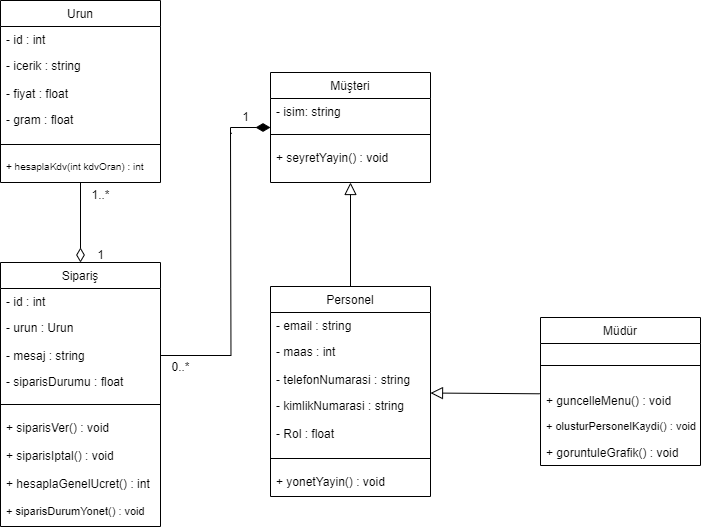
Above: src/UML/LezzetSarayi-Class.drawio.png in kemaldenizl/lezzet-sarayi (draw.io), before the change. Source tidied: cells renumbered, new cells last; positions are measured from the earlier drawing's top-left corner, leaving out a move shared by most shapes.
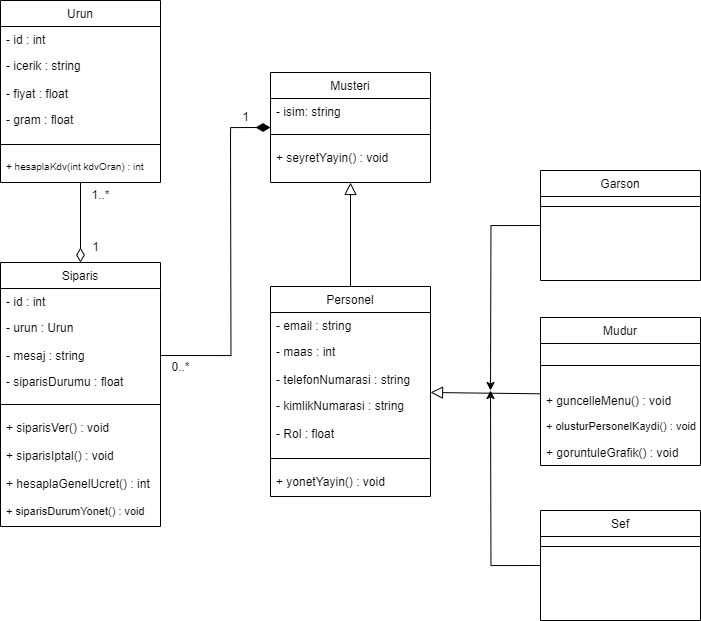
Later version of the same file.

Change to the diagram source:
```diff
@@ -42,7 +42,7 @@
         </Array>
       </mxGeometry>
     </mxCell>
-    <mxCell id="13" value="Müşteri" style="swimlane;fontStyle=0;align=center;verticalAlign=top;horizontal=1;startSize=26;rounded=0;shadow=0;strokeWidth=1;" parent="1" vertex="1">
+    <mxCell id="13" value="Musteri" style="swimlane;fontStyle=0;align=center;verticalAlign=top;horizontal=1;startSize=26;rounded=0;shadow=0;strokeWidth=1;" parent="1" vertex="1">
       <mxGeometry x="270" y="72" width="160" height="110" as="geometry" />
     </mxCell>
     <mxCell id="14" value="- isim: string" style="text;align=left;verticalAlign=top;spacingLeft=4;spacingRight=4;overflow=hidden;" parent="13" vertex="1">
@@ -54,7 +54,7 @@
     <mxCell id="16" value="+ seyretYayin() : void" style="text;align=left;verticalAlign=top;spacingLeft=4;spacingRight=4;overflow=hidden;" parent="13" vertex="1">
       <mxGeometry y="72" width="160" height="28" as="geometry" />
     </mxCell>
-    <mxCell id="17" value="Müdür" style="swimlane;fontStyle=0;align=center;verticalAlign=top;horizontal=1;startSize=26;rounded=0;shadow=0;strokeWidth=1;" parent="1" vertex="1">
+    <mxCell id="17" value="Mudur" style="swimlane;fontStyle=0;align=center;verticalAlign=top;horizontal=1;startSize=26;rounded=0;shadow=0;strokeWidth=1;" parent="1" vertex="1">
       <mxGeometry x="540" y="317" width="160" height="148" as="geometry" />
     </mxCell>
     <mxCell id="18" style="line;html=1;strokeWidth=1;align=left;verticalAlign=middle;spacingTop=-1;spacingLeft=3;spacingRight=3;labelPosition=right;" parent="17" vertex="1">
@@ -69,7 +69,7 @@
     <mxCell id="21" value="+ goruntuleGrafik() : void" style="text;align=left;verticalAlign=top;spacingLeft=4;spacingRight=4;overflow=hidden;" parent="17" vertex="1">
       <mxGeometry y="122" width="160" height="26" as="geometry" />
     </mxCell>
-    <mxCell id="22" value="Sipariş" style="swimlane;fontStyle=0;align=center;verticalAlign=top;horizontal=1;startSize=26;rounded=0;shadow=0;strokeWidth=1;" parent="1" vertex="1">
+    <mxCell id="22" value="Siparis" style="swimlane;fontStyle=0;align=center;verticalAlign=top;horizontal=1;startSize=26;rounded=0;shadow=0;strokeWidth=1;" parent="1" vertex="1">
       <mxGeometry y="262" width="160" height="264" as="geometry" />
     </mxCell>
     <mxCell id="23" value="- id : int" style="text;align=left;verticalAlign=top;spacingLeft=4;spacingRight=4;overflow=hidden;rounded=0;shadow=0;html=0;" parent="22" vertex="1">
@@ -135,10 +135,32 @@
       <mxGeometry y="154" width="160" height="28" as="geometry" />
     </mxCell>
     <mxCell id="43" value="1" style="text;html=1;align=center;verticalAlign=middle;strokeColor=none;fillColor=none;" parent="1" vertex="1">
-      <mxGeometry x="85" y="240" width="30" height="30" as="geometry" />
+      <mxGeometry x="80" y="232" width="30" height="30" as="geometry" />
     </mxCell>
     <mxCell id="44" value="1..*" style="text;html=1;align=center;verticalAlign=middle;strokeColor=none;fillColor=none;" parent="1" vertex="1">
       <mxGeometry x="80" y="180" width="40" height="30" as="geometry" />
     </mxCell>
+    <mxCell id="45" style="edgeStyle=orthogonalEdgeStyle;rounded=0;jettySize=auto;html=1;exitX=0;exitY=0.5;exitDx=0;exitDy=0;" parent="1" edge="1" source="46">
+      <mxGeometry relative="1" as="geometry">
+        <mxPoint x="490" y="390" as="targetPoint" />
+      </mxGeometry>
+    </mxCell>
+    <mxCell id="46" value="Garson" style="swimlane;fontStyle=0;align=center;verticalAlign=top;horizontal=1;startSize=26;rounded=0;shadow=0;strokeWidth=1;" parent="1" vertex="1">
+      <mxGeometry x="540" y="170" width="160" height="110" as="geometry" />
+    </mxCell>
+    <mxCell id="47" style="line;html=1;strokeWidth=1;align=left;verticalAlign=middle;spacingTop=-1;spacingLeft=3;spacingRight=3;labelPosition=right;" parent="46" vertex="1">
+      <mxGeometry y="26" width="160" height="20" as="geometry" />
+    </mxCell>
+    <mxCell id="48" style="edgeStyle=orthogonalEdgeStyle;rounded=0;jettySize=auto;html=1;exitX=0;exitY=0.5;exitDx=0;exitDy=0;" parent="1" edge="1" source="49">
+      <mxGeometry relative="1" as="geometry">
+        <mxPoint x="490" y="390" as="targetPoint" />
+      </mxGeometry>
+    </mxCell>
+    <mxCell id="49" value="Sef" style="swimlane;fontStyle=0;align=center;verticalAlign=top;horizontal=1;startSize=26;rounded=0;shadow=0;strokeWidth=1;" parent="1" vertex="1">
+      <mxGeometry x="540" y="510" width="160" height="110" as="geometry" />
+    </mxCell>
+    <mxCell id="50" style="line;html=1;strokeWidth=1;align=left;verticalAlign=middle;spacingTop=-1;spacingLeft=3;spacingRight=3;labelPosition=right;" parent="49" vertex="1">
+      <mxGeometry y="26" width="160" height="20" as="geometry" />
+    </mxCell>
   </root>
 </mxGraphModel>
```
